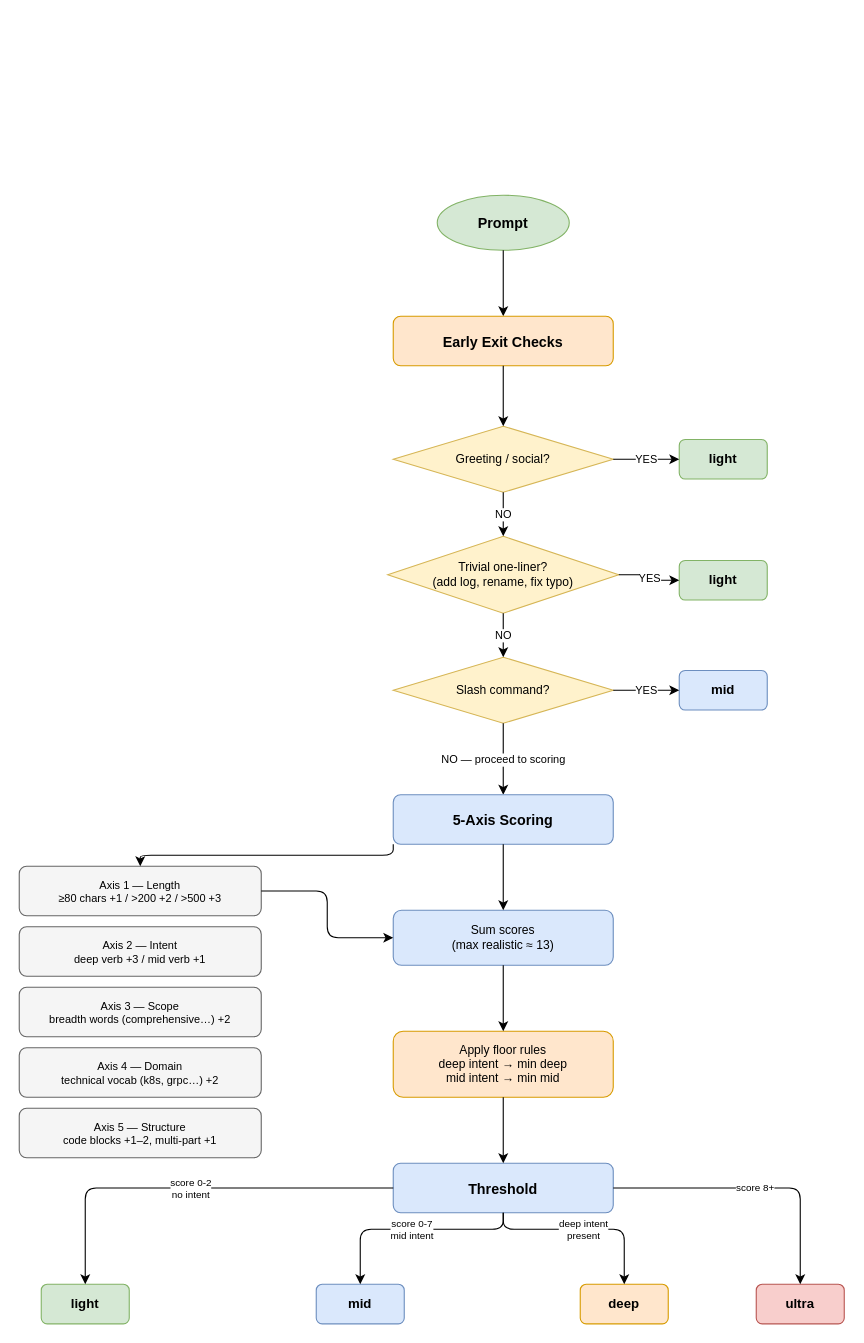
The draw.io diagram docs/diagrams/heuristic-engine.drawio in atesibrahim/calibra, before the edit. Source tidied: cells renumbered, new cells numbered last; positions are measured from the earlier drawing's top-left corner, leaving out a move shared by most shapes. Both pictures are drawn from the tidied source at 110%, with x=0, y=0 at pixel (19, 195).
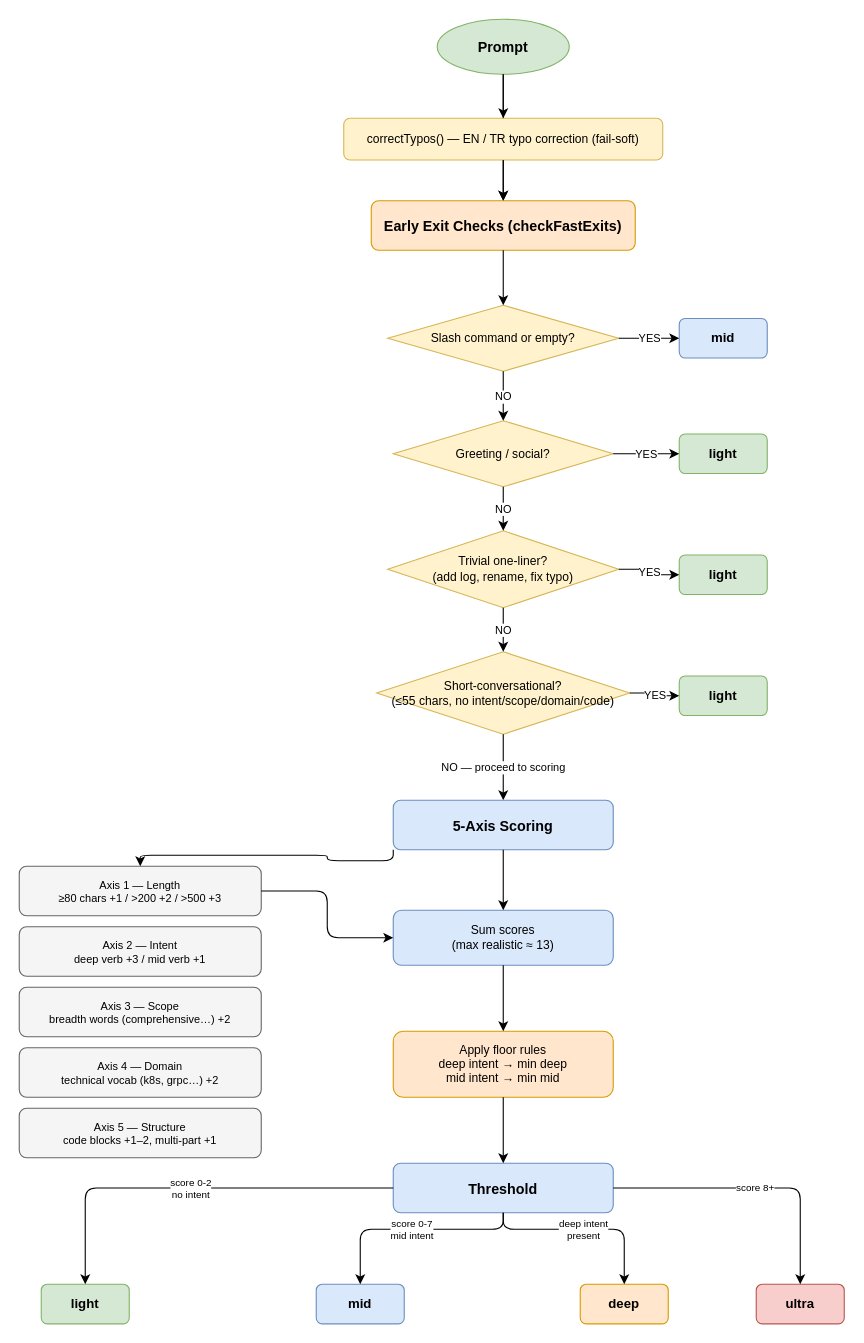
The same page after the edit.

Change to the diagram source:
```diff
@@
     <mxCell id="2" value="Prompt" style="ellipse;whiteSpace=wrap;html=1;fillColor=#d5e8d4;strokeColor=#82b366;fontSize=13;fontStyle=1;" parent="1" vertex="1">
-      <mxGeometry x="380" width="120" height="50" as="geometry" />
+      <mxGeometry x="380" y="-160" width="120" height="50" as="geometry" />
     </mxCell>
@@
+    <mxCell id="40" value="correctTypos() — EN / TR typo correction (fail-soft)" style="rounded=1;whiteSpace=wrap;html=1;fillColor=#fff2cc;strokeColor=#d6b656;fontSize=11;" parent="1" vertex="1">
+      <mxGeometry x="295" y="-70" width="290" height="38" as="geometry" />
+    </mxCell>
+    <mxCell id="41" style="edgeStyle=orthogonalEdgeStyle;html=1;" parent="1" edge="1" source="2" target="40">
+      <mxGeometry relative="1" as="geometry" />
+    </mxCell>
-    <mxCell id="4" value="Early Exit Checks" style="rounded=1;whiteSpace=wrap;html=1;fillColor=#ffe6cc;strokeColor=#d79b00;fontSize=13;fontStyle=1;" parent="1" vertex="1">
-      <mxGeometry x="340" y="110" width="200" height="45" as="geometry" />
+    <mxCell id="4" value="Early Exit Checks (checkFastExits)" style="rounded=1;whiteSpace=wrap;html=1;fillColor=#ffe6cc;strokeColor=#d79b00;fontSize=13;fontStyle=1;" parent="1" vertex="1">
+      <mxGeometry x="320" y="5" width="240" height="45" as="geometry" />
     </mxCell>
+    <mxCell id="42" style="edgeStyle=orthogonalEdgeStyle;html=1;" parent="1" edge="1" source="40" target="4">
+      <mxGeometry relative="1" as="geometry" />
+    </mxCell>
+    <mxCell id="43" value="Slash command or empty?" style="rhombus;whiteSpace=wrap;html=1;fillColor=#fff2cc;strokeColor=#d6b656;fontSize=11;" parent="1" vertex="1">
+      <mxGeometry x="335" y="100" width="210" height="60" as="geometry" />
+    </mxCell>
+    <mxCell id="44" style="edgeStyle=orthogonalEdgeStyle;html=1;" parent="1" edge="1" source="4" target="43">
+      <mxGeometry relative="1" as="geometry" />
+    </mxCell>
+    <mxCell id="15" value="mid" style="rounded=1;whiteSpace=wrap;html=1;fillColor=#dae8fc;strokeColor=#6c8ebf;fontSize=12;fontStyle=1;" parent="1" vertex="1">
+      <mxGeometry x="600" y="112" width="80" height="36" as="geometry" />
+    </mxCell>
+    <mxCell id="45" value="YES" style="edgeStyle=orthogonalEdgeStyle;html=1;fontSize=10;exitX=1;exitY=0.5;exitDx=0;exitDy=0;" parent="1" edge="1" source="43" target="15">
+      <mxGeometry relative="1" as="geometry" />
+    </mxCell>
     <mxCell id="5" value="Greeting / social?" style="rhombus;whiteSpace=wrap;html=1;fillColor=#fff2cc;strokeColor=#d6b656;fontSize=11;" parent="1" vertex="1">
-      <mxGeometry x="340" y="210" width="200" height="60" as="geometry" />
+      <mxGeometry x="340" y="205" width="200" height="60" as="geometry" />
     </mxCell>
-    <mxCell id="6" style="edgeStyle=orthogonalEdgeStyle;html=1;" parent="1" edge="1" source="4" target="5">
+    <mxCell id="6" value="NO" style="edgeStyle=orthogonalEdgeStyle;html=1;fontSize=10;" parent="1" edge="1" source="43" target="5">
       <mxGeometry relative="1" as="geometry" />
     </mxCell>
     <mxCell id="7" value="light" style="rounded=1;whiteSpace=wrap;html=1;fillColor=#d5e8d4;strokeColor=#82b366;fontSize=12;fontStyle=1;" parent="1" vertex="1">
-      <mxGeometry x="600" y="222" width="80" height="36" as="geometry" />
+      <mxGeometry x="600" y="217" width="80" height="36" as="geometry" />
     </mxCell>
@@
     <mxCell id="9" value="Trivial one-liner?&#10;(add log, rename, fix typo)" style="rhombus;whiteSpace=wrap;html=1;fillColor=#fff2cc;strokeColor=#d6b656;fontSize=11;" parent="1" vertex="1">
-      <mxGeometry x="335" y="310" width="210" height="70" as="geometry" />
+      <mxGeometry x="335" y="305" width="210" height="70" as="geometry" />
     </mxCell>
@@
     <mxCell id="11" value="light" style="rounded=1;whiteSpace=wrap;html=1;fillColor=#d5e8d4;strokeColor=#82b366;fontSize=12;fontStyle=1;" parent="1" vertex="1">
-      <mxGeometry x="600" y="332" width="80" height="36" as="geometry" />
+      <mxGeometry x="600" y="327" width="80" height="36" as="geometry" />
     </mxCell>
@@
-    <mxCell id="13" value="Slash command?" style="rhombus;whiteSpace=wrap;html=1;fillColor=#fff2cc;strokeColor=#d6b656;fontSize=11;" parent="1" vertex="1">
-      <mxGeometry x="340" y="420" width="200" height="60" as="geometry" />
-    </mxCell>
+    <mxCell id="46" value="Short-conversational?&#10;(≤55 chars, no intent/scope/domain/code)" style="rhombus;whiteSpace=wrap;html=1;fillColor=#fff2cc;strokeColor=#d6b656;fontSize=11;" parent="1" vertex="1">
+      <mxGeometry x="325" y="415" width="230" height="75" as="geometry" />
+    </mxCell>
-    <mxCell id="14" value="NO" style="edgeStyle=orthogonalEdgeStyle;html=1;fontSize=10;" parent="1" edge="1" source="9" target="13">
+    <mxCell id="14" value="NO" style="edgeStyle=orthogonalEdgeStyle;html=1;fontSize=10;" parent="1" edge="1" source="9" target="46">
       <mxGeometry relative="1" as="geometry" />
     </mxCell>
-    <mxCell id="15" value="mid" style="rounded=1;whiteSpace=wrap;html=1;fillColor=#dae8fc;strokeColor=#6c8ebf;fontSize=12;fontStyle=1;" parent="1" vertex="1">
-      <mxGeometry x="600" y="432" width="80" height="36" as="geometry" />
-    </mxCell>
-    <mxCell id="16" value="YES" style="edgeStyle=orthogonalEdgeStyle;html=1;fontSize=10;exitX=1;exitY=0.5;exitDx=0;exitDy=0;" parent="1" edge="1" source="13" target="15">
-      <mxGeometry relative="1" as="geometry" />
-    </mxCell>
+    <mxCell id="47" value="light" style="rounded=1;whiteSpace=wrap;html=1;fillColor=#d5e8d4;strokeColor=#82b366;fontSize=12;fontStyle=1;" parent="1" vertex="1">
+      <mxGeometry x="600" y="437" width="80" height="36" as="geometry" />
+    </mxCell>
+    <mxCell id="48" value="YES" style="edgeStyle=orthogonalEdgeStyle;html=1;fontSize=10;exitX=1;exitY=0.5;exitDx=0;exitDy=0;" parent="1" edge="1" source="46" target="47">
+      <mxGeometry relative="1" as="geometry" />
+    </mxCell>
-    <mxCell id="17" value="NO — proceed to scoring" style="edgeStyle=orthogonalEdgeStyle;html=1;fontSize=10;" parent="1" edge="1" source="13" target="18">
+    <mxCell id="17" value="NO — proceed to scoring" style="edgeStyle=orthogonalEdgeStyle;html=1;fontSize=10;" parent="1" edge="1" source="46" target="18">
       <mxGeometry relative="1" as="geometry" />
     </mxCell>
     <mxCell id="18" value="5-Axis Scoring" style="rounded=1;whiteSpace=wrap;html=1;fillColor=#dae8fc;strokeColor=#6c8ebf;fontSize=13;fontStyle=1;" parent="1" vertex="1">
-      <mxGeometry x="340" y="545" width="200" height="45" as="geometry" />
+      <mxGeometry x="340" y="550" width="200" height="45" as="geometry" />
     </mxCell>
```
